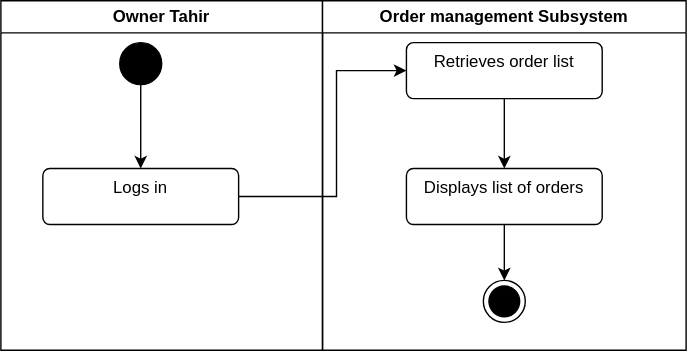
Above: order_act.svg in Simamkele88/IFM3_GP (draw.io), before the change. Source tidied: cells renumbered, new cells last; positions are measured from the earlier drawing's top-left corner, leaving out a move shared by most shapes.
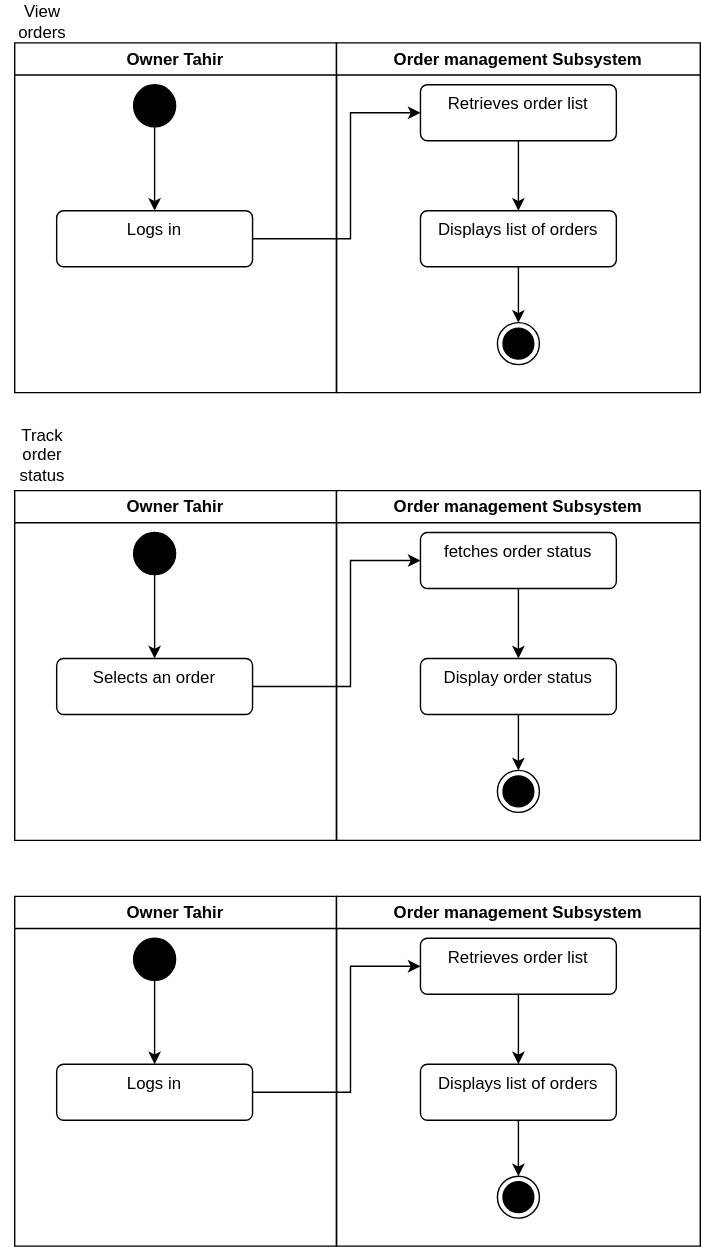
The same diagram one commit later.

Diff of the diagram source:
```diff
@@ -40,5 +40,87 @@
         </Array>
       </mxGeometry>
     </mxCell>
+    <mxCell id="13" value="Owner Tahir" style="swimlane;whiteSpace=wrap;html=1;" parent="1" vertex="1">
+      <mxGeometry y="320" width="230" height="250" as="geometry" />
+    </mxCell>
+    <mxCell id="14" style="edgeStyle=orthogonalEdgeStyle;rounded=0;jettySize=auto;html=1;" parent="13" edge="1" source="15" target="16">
+      <mxGeometry relative="1" as="geometry" />
+    </mxCell>
+    <mxCell id="15" style="ellipse;fillColor=strokeColor;html=1;" parent="13" vertex="1">
+      <mxGeometry x="85" y="30" width="30" height="30" as="geometry" />
+    </mxCell>
+    <mxCell id="16" value="Selects an order" style="html=1;align=center;verticalAlign=top;rounded=1;absoluteArcSize=1;arcSize=10;dashed=0;whiteSpace=wrap;" parent="13" vertex="1">
+      <mxGeometry x="30" y="120" width="140" height="40" as="geometry" />
+    </mxCell>
+    <mxCell id="17" value="Order management Subsystem" style="swimlane;whiteSpace=wrap;html=1;" parent="1" vertex="1">
+      <mxGeometry x="230" y="320" width="260" height="250" as="geometry" />
+    </mxCell>
+    <mxCell id="18" style="ellipse;html=1;shape=endState;fillColor=strokeColor;" parent="17" vertex="1">
+      <mxGeometry x="115" y="200" width="30" height="30" as="geometry" />
+    </mxCell>
+    <mxCell id="19" style="edgeStyle=orthogonalEdgeStyle;rounded=0;jettySize=auto;html=1;" parent="17" edge="1" source="20" target="22">
+      <mxGeometry relative="1" as="geometry" />
+    </mxCell>
+    <mxCell id="20" value="fetches order status" style="html=1;align=center;verticalAlign=top;rounded=1;absoluteArcSize=1;arcSize=10;dashed=0;whiteSpace=wrap;" parent="17" vertex="1">
+      <mxGeometry x="60" y="30" width="140" height="40" as="geometry" />
+    </mxCell>
+    <mxCell id="21" style="edgeStyle=orthogonalEdgeStyle;rounded=0;jettySize=auto;html=1;" parent="17" edge="1" source="22" target="18">
+      <mxGeometry relative="1" as="geometry" />
+    </mxCell>
+    <mxCell id="22" value="Display order status" style="html=1;align=center;verticalAlign=top;rounded=1;absoluteArcSize=1;arcSize=10;dashed=0;whiteSpace=wrap;" parent="17" vertex="1">
+      <mxGeometry x="60" y="120" width="140" height="40" as="geometry" />
+    </mxCell>
+    <mxCell id="23" style="edgeStyle=orthogonalEdgeStyle;rounded=0;jettySize=auto;html=1;entryX=0;entryY=0.5;entryDx=0;entryDy=0;" parent="1" edge="1" source="16" target="20">
+      <mxGeometry relative="1" as="geometry">
+        <Array as="points">
+          <mxPoint x="240" y="460" />
+          <mxPoint x="240" y="370" />
+        </Array>
+      </mxGeometry>
+    </mxCell>
+    <mxCell id="24" value="View orders" style="text;html=1;align=center;verticalAlign=middle;whiteSpace=wrap;rounded=0;" parent="1" vertex="1">
+      <mxGeometry x="-10" y="-30" width="60" height="30" as="geometry" />
+    </mxCell>
+    <mxCell id="25" value="Track order status" style="text;html=1;align=center;verticalAlign=middle;whiteSpace=wrap;rounded=0;" parent="1" vertex="1">
+      <mxGeometry x="-10" y="280" width="60" height="30" as="geometry" />
+    </mxCell>
+    <mxCell id="26" value="Owner Tahir" style="swimlane;whiteSpace=wrap;html=1;" parent="1" vertex="1">
+      <mxGeometry y="610" width="230" height="250" as="geometry" />
+    </mxCell>
+    <mxCell id="27" style="edgeStyle=orthogonalEdgeStyle;rounded=0;jettySize=auto;html=1;" parent="26" edge="1" source="28" target="29">
+      <mxGeometry relative="1" as="geometry" />
+    </mxCell>
+    <mxCell id="28" style="ellipse;fillColor=strokeColor;html=1;" parent="26" vertex="1">
+      <mxGeometry x="85" y="30" width="30" height="30" as="geometry" />
+    </mxCell>
+    <mxCell id="29" value="Logs in" style="html=1;align=center;verticalAlign=top;rounded=1;absoluteArcSize=1;arcSize=10;dashed=0;whiteSpace=wrap;" parent="26" vertex="1">
+      <mxGeometry x="30" y="120" width="140" height="40" as="geometry" />
+    </mxCell>
+    <mxCell id="30" value="Order management Subsystem" style="swimlane;whiteSpace=wrap;html=1;" parent="1" vertex="1">
+      <mxGeometry x="230" y="610" width="260" height="250" as="geometry" />
+    </mxCell>
+    <mxCell id="31" style="ellipse;html=1;shape=endState;fillColor=strokeColor;" parent="30" vertex="1">
+      <mxGeometry x="115" y="200" width="30" height="30" as="geometry" />
+    </mxCell>
+    <mxCell id="32" style="edgeStyle=orthogonalEdgeStyle;rounded=0;jettySize=auto;html=1;" parent="30" edge="1" source="33" target="35">
+      <mxGeometry relative="1" as="geometry" />
+    </mxCell>
+    <mxCell id="33" value="Retrieves order list" style="html=1;align=center;verticalAlign=top;rounded=1;absoluteArcSize=1;arcSize=10;dashed=0;whiteSpace=wrap;" parent="30" vertex="1">
+      <mxGeometry x="60" y="30" width="140" height="40" as="geometry" />
+    </mxCell>
+    <mxCell id="34" style="edgeStyle=orthogonalEdgeStyle;rounded=0;jettySize=auto;html=1;" parent="30" edge="1" source="35" target="31">
+      <mxGeometry relative="1" as="geometry" />
+    </mxCell>
+    <mxCell id="35" value="Displays list of orders" style="html=1;align=center;verticalAlign=top;rounded=1;absoluteArcSize=1;arcSize=10;dashed=0;whiteSpace=wrap;" parent="30" vertex="1">
+      <mxGeometry x="60" y="120" width="140" height="40" as="geometry" />
+    </mxCell>
+    <mxCell id="36" style="edgeStyle=orthogonalEdgeStyle;rounded=0;jettySize=auto;html=1;entryX=0;entryY=0.5;entryDx=0;entryDy=0;" parent="1" edge="1" source="29" target="33">
+      <mxGeometry relative="1" as="geometry">
+        <Array as="points">
+          <mxPoint x="240" y="750" />
+          <mxPoint x="240" y="660" />
+        </Array>
+      </mxGeometry>
+    </mxCell>
   </root>
 </mxGraphModel>
```
